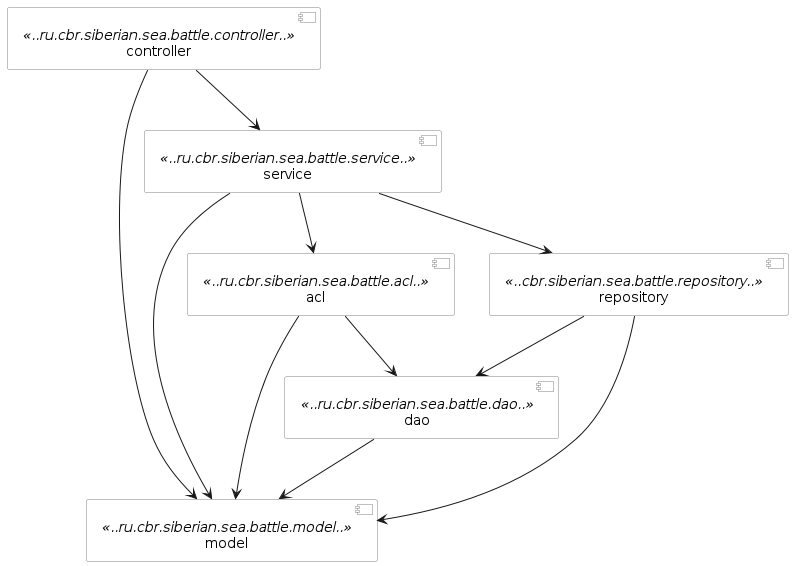
Above: plantuml/generated-diagrams/uml_real.png in onixred/SiberianSeaBattle (PlantUML), before the change.
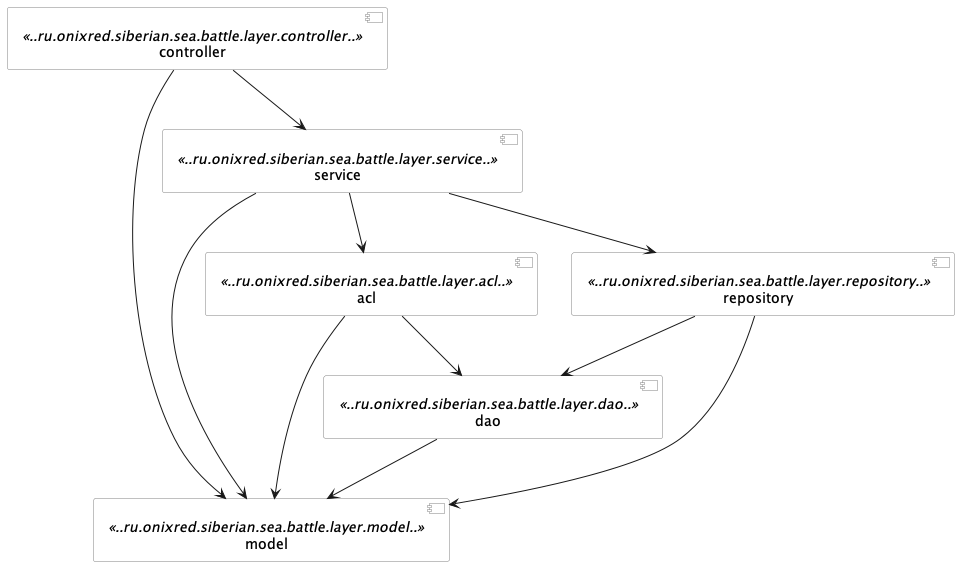
The same file after the commit.

The edit, as a diff of the source:
```diff
@@ -5,12 +5,12 @@
 BackgroundColor #white
 }
 
-[controller] <<..ru.cbr.siberian.sea.battle.controller..>>
-[dao] <<..ru.cbr.siberian.sea.battle.dao..>>
-[model] <<..ru.cbr.siberian.sea.battle.model..>>
-[service] <<..ru.cbr.siberian.sea.battle.service..>>
-[acl] <<..ru.cbr.siberian.sea.battle.acl..>>
-[repository] <<..cbr.siberian.sea.battle.repository..>>
+[controller] <<..ru.onixred.siberian.sea.battle.layer.controller..>>
+[dao] <<..ru.onixred.siberian.sea.battle.layer.dao..>>
+[model] <<..ru.onixred.siberian.sea.battle.layer.model..>>
+[service] <<..ru.onixred.siberian.sea.battle.layer.service..>>
+[acl] <<..ru.onixred.siberian.sea.battle.layer.acl..>>
+[repository] <<..ru.onixred.siberian.sea.battle.layer.repository..>>
 
 [controller] --> [model]
 [controller] --> [service]
```
